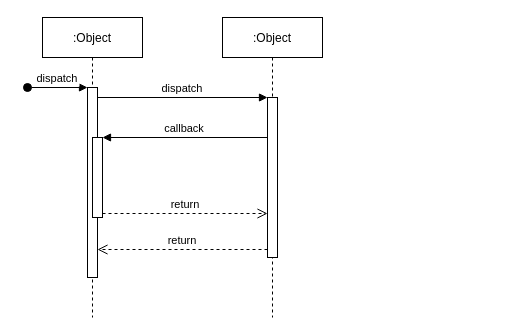
This is sequence.drawio from axellervik/DD1369, a draw.io file, before an edit. Source tidied: cells renumbered, new cells numbered last; positions are measured from the earlier drawing's top-left corner, leaving out a move shared by most shapes. Both pictures are drawn from the tidied source at 100%, with x=0, y=0 at pixel (27, 17).
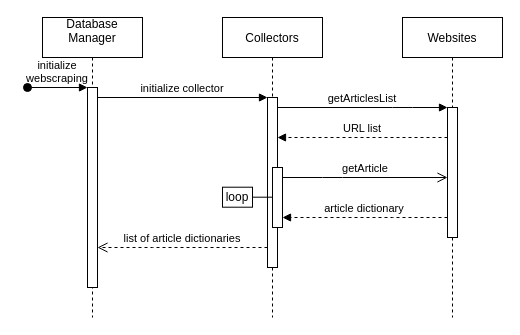
Above is the later version.

What changed in the source:
```diff
@@
-    <mxCell id="2" value=":Object" style="shape=umlLifeline;perimeter=lifelinePerimeter;rounded=0;shadow=0;strokeWidth=1;" parent="1" vertex="1">
+    <mxCell id="2" value="Database&#10;Manager&#10;" style="shape=umlLifeline;perimeter=lifelinePerimeter;rounded=0;shadow=0;strokeWidth=1;" parent="1" vertex="1">
       <mxGeometry x="15" width="100" height="300" as="geometry" />
     </mxCell>
     <mxCell id="3" style="points=[];perimeter=orthogonalPerimeter;rounded=0;shadow=0;strokeWidth=1;" parent="2" vertex="1">
-      <mxGeometry x="45" y="70" width="10" height="190" as="geometry" />
+      <mxGeometry x="45" y="70" width="10" height="200" as="geometry" />
     </mxCell>
-    <mxCell id="4" value="dispatch" style="verticalAlign=bottom;startArrow=oval;endArrow=block;startSize=8;shadow=0;strokeWidth=1;" parent="2" edge="1" target="3">
+    <mxCell id="4" value="initialize&#10;webscraping" style="verticalAlign=bottom;startArrow=oval;endArrow=block;startSize=8;shadow=0;strokeWidth=1;labelBackgroundColor=none;" parent="2" edge="1" target="3">
       <mxGeometry relative="1" as="geometry">
         <mxPoint x="-15" y="70" as="sourcePoint" />
       </mxGeometry>
     </mxCell>
-    <mxCell id="5" style="points=[];perimeter=orthogonalPerimeter;rounded=0;shadow=0;strokeWidth=1;" parent="2" vertex="1">
-      <mxGeometry x="50" y="120" width="10" height="80" as="geometry" />
-    </mxCell>
-    <mxCell id="6" value=":Object" style="shape=umlLifeline;perimeter=lifelinePerimeter;rounded=0;shadow=0;strokeWidth=1;" parent="1" vertex="1">
+    <mxCell id="6" value="Collectors" style="shape=umlLifeline;perimeter=lifelinePerimeter;rounded=0;shadow=0;strokeWidth=1;" parent="1" vertex="1">
       <mxGeometry x="195" width="100" height="300" as="geometry" />
     </mxCell>
     <mxCell id="7" style="points=[];perimeter=orthogonalPerimeter;rounded=0;shadow=0;strokeWidth=1;" parent="6" vertex="1">
-      <mxGeometry x="45" y="80" width="10" height="160" as="geometry" />
+      <mxGeometry x="45" y="80" width="10" height="170" as="geometry" />
     </mxCell>
+    <mxCell id="12" style="points=[];perimeter=orthogonalPerimeter;rounded=0;shadow=0;strokeWidth=1;" parent="6" vertex="1">
+      <mxGeometry x="50" y="150" width="10" height="60" as="geometry" />
+    </mxCell>
+    <mxCell id="13" value="loop" style="rounded=0;whiteSpace=wrap;html=1;strokeWidth=1;fillColor=none;" parent="6" vertex="1">
+      <mxGeometry y="169.7" width="30" height="20" as="geometry" />
+    </mxCell>
+    <mxCell id="14" style="endArrow=none;html=1;rounded=0;labelBackgroundColor=none;" parent="6" edge="1" source="13" target="12">
+      <mxGeometry relative="1" as="geometry" />
+    </mxCell>
+    <mxCell id="15" style="edgeStyle=orthogonalEdgeStyle;rounded=0;orthogonalLoop=1;jettySize=auto;html=1;exitX=0.5;exitY=1;exitDx=0;exitDy=0;labelBackgroundColor=none;" parent="6" edge="1" source="13" target="13">
+      <mxGeometry relative="1" as="geometry" />
+    </mxCell>
-    <mxCell id="8" value="return" style="verticalAlign=bottom;endArrow=open;dashed=1;endSize=8;exitX=0;exitY=0.95;shadow=0;strokeWidth=1;" parent="1" edge="1" source="7" target="3">
-      <mxGeometry relative="1" as="geometry" />
+    <mxCell id="8" value="list of article dictionaries" style="verticalAlign=bottom;endArrow=open;dashed=1;endSize=8;shadow=0;strokeWidth=1;" parent="1" edge="1" source="7" target="3">
+      <mxGeometry relative="1" as="geometry">
+        <Array as="points">
+          <mxPoint x="135" y="230" />
+        </Array>
+      </mxGeometry>
     </mxCell>
-    <mxCell id="9" value="dispatch" style="verticalAlign=bottom;endArrow=block;entryX=0;entryY=0;shadow=0;strokeWidth=1;" parent="1" edge="1" source="3" target="7">
+    <mxCell id="9" value="initialize collector" style="verticalAlign=bottom;endArrow=block;entryX=0;entryY=0;shadow=0;strokeWidth=1;" parent="1" edge="1" source="3" target="7">
       <mxGeometry relative="1" as="geometry" />
     </mxCell>
-    <mxCell id="10" value="callback" style="verticalAlign=bottom;endArrow=block;entryX=1;entryY=0;shadow=0;strokeWidth=1;" parent="1" edge="1" source="7" target="5">
-      <mxGeometry relative="1" as="geometry" />
-    </mxCell>
-    <mxCell id="11" value="return" style="verticalAlign=bottom;endArrow=open;dashed=1;endSize=8;exitX=1;exitY=0.95;shadow=0;strokeWidth=1;" parent="1" edge="1" source="5" target="7">
-      <mxGeometry relative="1" as="geometry" />
-    </mxCell>
+    <mxCell id="16" value="Websites" style="shape=umlLifeline;perimeter=lifelinePerimeter;rounded=0;shadow=0;strokeWidth=1;" parent="1" vertex="1">
+      <mxGeometry x="375" width="100" height="300" as="geometry" />
+    </mxCell>
+    <mxCell id="17" style="points=[];perimeter=orthogonalPerimeter;rounded=0;shadow=0;strokeWidth=1;" parent="16" vertex="1">
+      <mxGeometry x="45" y="90" width="10" height="130" as="geometry" />
+    </mxCell>
+    <mxCell id="18" value="getArticlesList" style="verticalAlign=bottom;endArrow=block;shadow=0;strokeWidth=1;" parent="1" edge="1" source="7" target="17">
+      <mxGeometry relative="1" as="geometry">
+        <Array as="points">
+          <mxPoint x="375" y="90" />
+        </Array>
+      </mxGeometry>
+    </mxCell>
+    <mxCell id="19" value="getArticle" style="verticalAlign=bottom;endArrow=open;endSize=8;shadow=0;strokeWidth=1;" parent="1" edge="1" source="12">
+      <mxGeometry relative="1" as="geometry">
+        <mxPoint x="420" y="160" as="targetPoint" />
+        <Array as="points">
+          <mxPoint x="305" y="160" />
+        </Array>
+      </mxGeometry>
+    </mxCell>
+    <mxCell id="20" value="article dictionary" style="verticalAlign=bottom;endArrow=block;shadow=0;strokeWidth=1;dashed=1;" parent="1" edge="1" target="12">
+      <mxGeometry relative="1" as="geometry">
+        <mxPoint x="420" y="200" as="sourcePoint" />
+        <Array as="points">
+          <mxPoint x="375" y="200" />
+        </Array>
+      </mxGeometry>
+    </mxCell>
+    <mxCell id="21" value="URL list" style="verticalAlign=bottom;endArrow=block;shadow=0;strokeWidth=1;dashed=1;" parent="1" edge="1" source="17" target="7">
+      <mxGeometry relative="1" as="geometry">
+        <Array as="points">
+          <mxPoint x="335" y="120" />
+        </Array>
+      </mxGeometry>
+    </mxCell>
```
